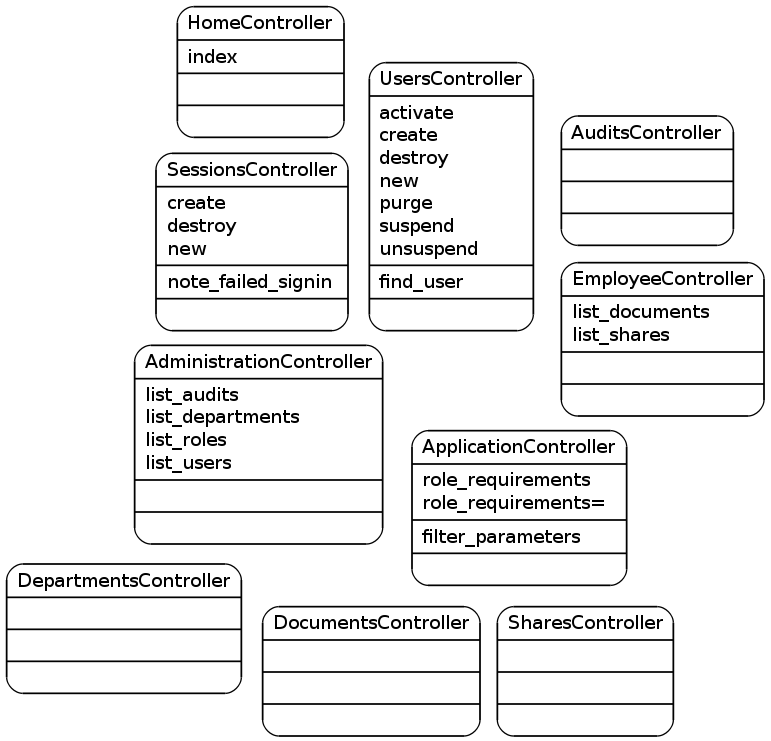
Before: doc/controller.png, a diagram exported from Graphviz (AnthonyDiGirolamo/dms). Its source is kept beside it as doc/controller.dot.
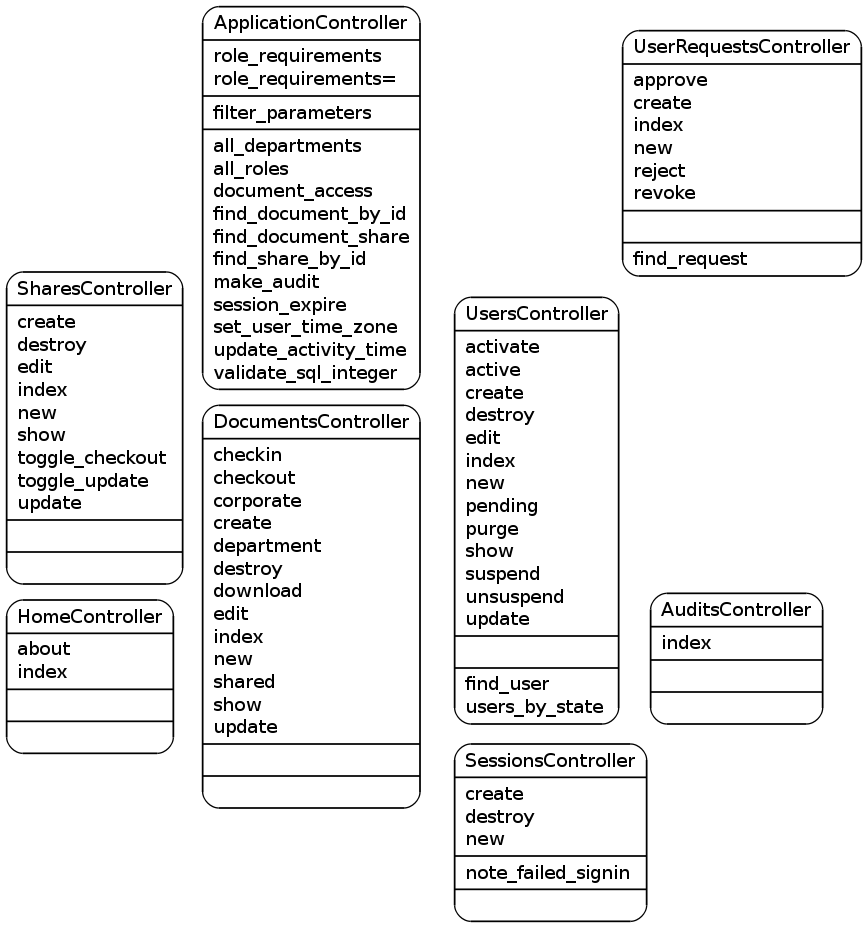
After the change.

Diff of the diagram source:
```diff
@@ -1,14 +1,12 @@
 digraph controllers_diagram {
 	graph[overlap=false, splines=true]
-	"AdministrationController" [shape=Mrecord, label="{AdministrationController|list_audits\llist_departments\llist_roles\llist_users\l|\l|\l}"]
-	"UsersController" [shape=Mrecord, label="{UsersController|activate\lcreate\ldestroy\lnew\lpurge\lsuspend\lunsuspend\l|find_user\l|\l}"]
-	"SharesController" [shape=Mrecord, label="{SharesController|\l|\l|\l}"]
-	"EmployeeController" [shape=Mrecord, label="{EmployeeController|list_documents\llist_shares\l|\l|\l}"]
+	"UsersController" [shape=Mrecord, label="{UsersController|activate\lactive\lcreate\ldestroy\ledit\lindex\lnew\lpending\lpurge\lshow\lsuspend\lunsuspend\lupdate\l|\l|find_user\lusers_by_state\l}"]
+	"UserRequestsController" [shape=Mrecord, label="{UserRequestsController|approve\lcreate\lindex\lnew\lreject\lrevoke\l|\l|find_request\l}"]
+	"SharesController" [shape=Mrecord, label="{SharesController|create\ldestroy\ledit\lindex\lnew\lshow\ltoggle_checkout\ltoggle_update\lupdate\l|\l|\l}"]
 	"SessionsController" [shape=Mrecord, label="{SessionsController|create\ldestroy\lnew\l|note_failed_signin\l|\l}"]
-	"HomeController" [shape=Mrecord, label="{HomeController|index\l|\l|\l}"]
-	"ApplicationController" [shape=Mrecord, label="{ApplicationController|role_requirements\lrole_requirements=\l|filter_parameters\l|\l}"]
-	"DocumentsController" [shape=Mrecord, label="{DocumentsController|\l|\l|\l}"]
-	"AuditsController" [shape=Mrecord, label="{AuditsController|\l|\l|\l}"]
-	"DepartmentsController" [shape=Mrecord, label="{DepartmentsController|\l|\l|\l}"]
-	"ApplicationController" [shape=Mrecord, label="{ApplicationController|role_requirements\lrole_requirements=\l|filter_parameters\l|\l}"]
+	"HomeController" [shape=Mrecord, label="{HomeController|about\lindex\l|\l|\l}"]
+	"ApplicationController" [shape=Mrecord, label="{ApplicationController|role_requirements\lrole_requirements=\l|filter_parameters\l|all_departments\lall_roles\ldocument_access\lfind_document_by_id\lfind_document_share\lfind_share_by_id\lmake_audit\lsession_expire\lset_user_time_zone\lupdate_activity_time\lvalidate_sql_integer\l}"]
+	"DocumentsController" [shape=Mrecord, label="{DocumentsController|checkin\lcheckout\lcorporate\lcreate\ldepartment\ldestroy\ldownload\ledit\lindex\lnew\lshared\lshow\lupdate\l|\l|\l}"]
+	"AuditsController" [shape=Mrecord, label="{AuditsController|index\l|\l|\l}"]
+	"ApplicationController" [shape=Mrecord, label="{ApplicationController|role_requirements\lrole_requirements=\l|filter_parameters\l|all_departments\lall_roles\ldocument_access\lfind_document_by_id\lfind_document_share\lfind_share_by_id\lmake_audit\lsession_expire\lset_user_time_zone\lupdate_activity_time\lvalidate_sql_integer\l}"]
 }
```
